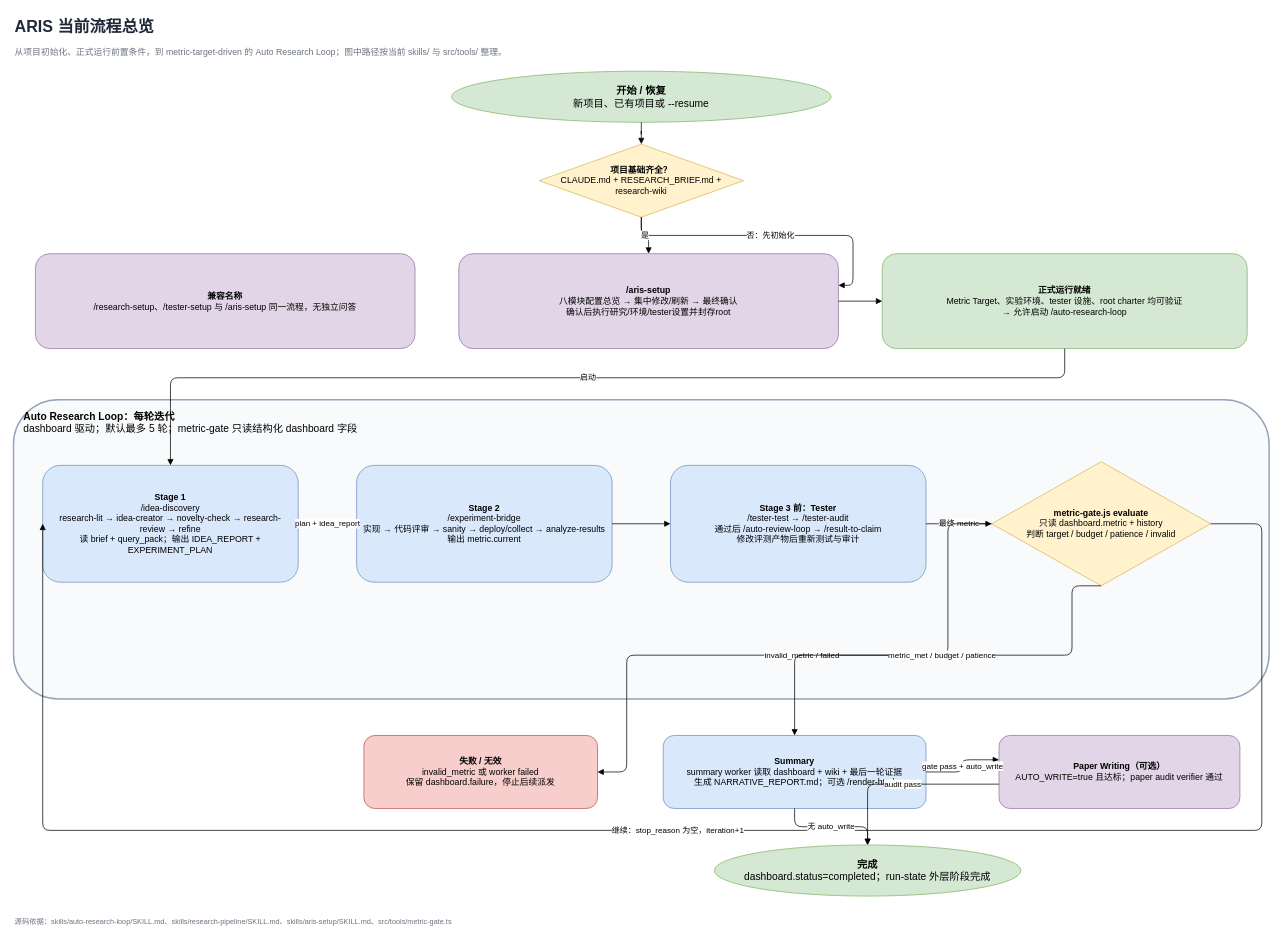
justforyou16007/paseo keeps this draw.io diagram as page "00 总览：设置到自动研究循环" (1 of 6) of packages/Auto-claude-code-research-in-sleep/docs/auto-research-loop-and-skills-flow.drawio. Above is the earlier version. Source tidied: cells renumbered, new cells numbered last; positions are measured from the earlier drawing's top-left corner, leaving out a move shared by most shapes. Both pictures are drawn from the tidied source at 73%, with x=0, y=0 at pixel (13, 12).
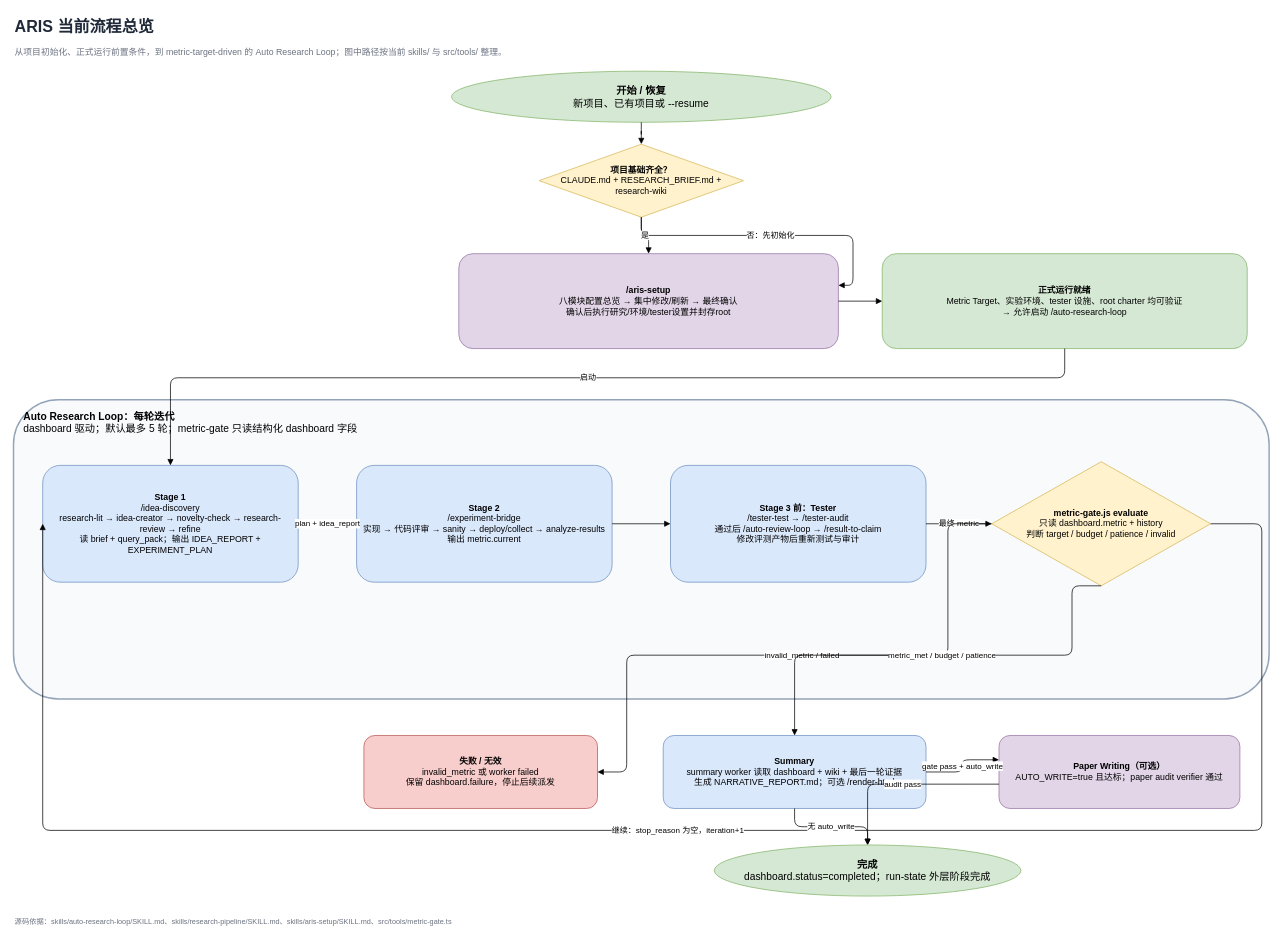
After the change.

Diff of the diagram source:
```diff
@@
-    <mxCell id="6" value="&lt;b&gt;兼容名称&lt;/b&gt;&lt;br&gt;/research-setup、/tester-setup 与 /aris-setup 同一流程，无独立问答" style="rounded=1;whiteSpace=wrap;html=1;fillColor=#e1d5e7;strokeColor=#9673a6;fontSize=12;spacing=8;" parent="1" vertex="1">
-      <mxGeometry x="30" y="330" width="520" height="130" as="geometry" />
-    </mxCell>
```
